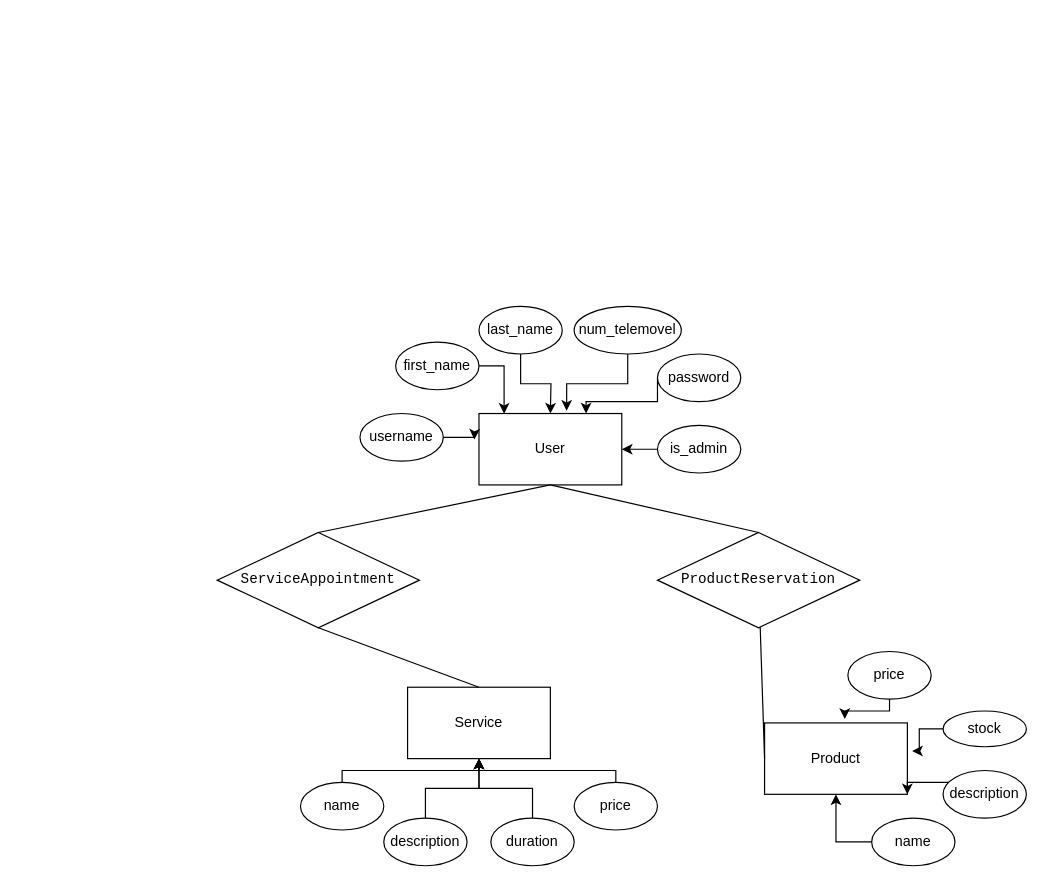
This is diagrama.drawio from sixpackacademy/plan, a draw.io file, before an edit. Source tidied: cells renumbered, new cells numbered last; positions are measured from the earlier drawing's top-left corner, leaving out a move shared by most shapes. Both pictures are drawn from the tidied source at 119%, with x=0, y=0 at pixel (217, 306).
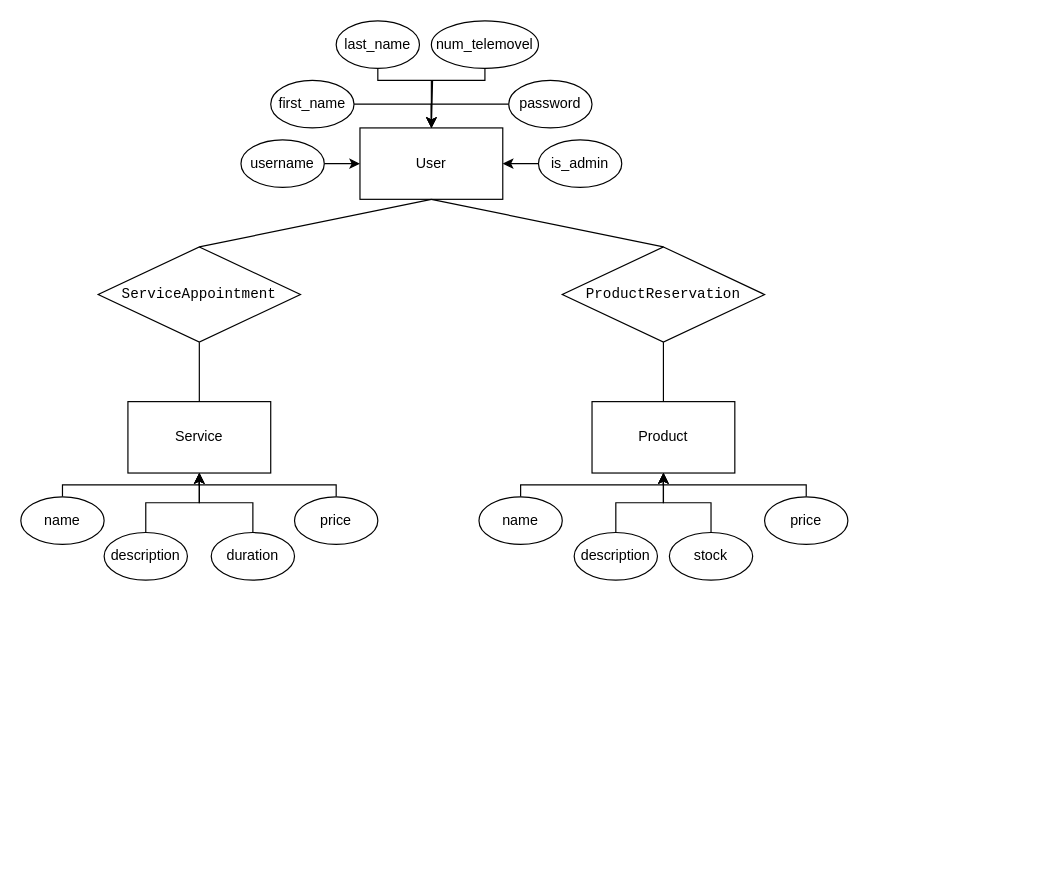
The same page after the edit.

Commit message:
Organizar Diagrama

Change to the diagram source:
```diff
@@
     <mxCell id="2" value="User" style="rounded=0;whiteSpace=wrap;html=1;" parent="1" vertex="1">
-      <mxGeometry x="220" y="90" width="120" height="60" as="geometry" />
+      <mxGeometry x="120" y="-150" width="120" height="60" as="geometry" />
     </mxCell>
     <mxCell id="3" value="Service" style="rounded=0;whiteSpace=wrap;html=1;" parent="1" vertex="1">
-      <mxGeometry x="160" y="320" width="120" height="60" as="geometry" />
+      <mxGeometry x="-75" y="80" width="120" height="60" as="geometry" />
     </mxCell>
     <mxCell id="4" value="Product" style="rounded=0;whiteSpace=wrap;html=1;" parent="1" vertex="1">
-      <mxGeometry x="460" y="350" width="120" height="60" as="geometry" />
+      <mxGeometry x="315" y="80" width="120" height="60" as="geometry" />
     </mxCell>
+    <mxCell id="15" style="edgeStyle=orthogonalEdgeStyle;rounded=0;jettySize=auto;html=1;entryX=0;entryY=0.5;entryDx=0;entryDy=0;" parent="1" edge="1" source="5" target="2">
+      <mxGeometry relative="1" as="geometry" />
+    </mxCell>
     <mxCell id="5" value="username" style="ellipse;whiteSpace=wrap;html=1;" parent="1" vertex="1">
-      <mxGeometry x="120" y="90" width="70" height="40" as="geometry" />
+      <mxGeometry x="20" y="-140" width="70" height="40" as="geometry" />
     </mxCell>
-    <mxCell id="6" style="edgeStyle=orthogonalEdgeStyle;rounded=0;jettySize=auto;html=1;entryX=0.176;entryY=0.003;entryDx=0;entryDy=0;entryPerimeter=0;" parent="1" edge="1" source="7" target="2">
-      <mxGeometry relative="1" as="geometry">
-        <Array as="points">
-          <mxPoint x="241" y="50" />
-        </Array>
-      </mxGeometry>
+    <mxCell id="6" style="edgeStyle=orthogonalEdgeStyle;rounded=0;jettySize=auto;html=1;entryX=0.5;entryY=0;entryDx=0;entryDy=0;" parent="1" edge="1" source="7" target="2">
+      <mxGeometry relative="1" as="geometry" />
     </mxCell>
     <mxCell id="7" value="first_name" style="ellipse;whiteSpace=wrap;html=1;" parent="1" vertex="1">
-      <mxGeometry x="150" y="30" width="70" height="40" as="geometry" />
+      <mxGeometry x="45" y="-190" width="70" height="40" as="geometry" />
     </mxCell>
-    <mxCell id="8" style="edgeStyle=orthogonalEdgeStyle;rounded=0;jettySize=auto;html=1;" parent="1" edge="1" source="9">
-      <mxGeometry relative="1" as="geometry">
-        <mxPoint x="280" y="90" as="targetPoint" />
-      </mxGeometry>
-    </mxCell>
+    <mxCell id="39" style="edgeStyle=orthogonalEdgeStyle;rounded=0;jettySize=auto;html=1;entryX=0.5;entryY=0;entryDx=0;entryDy=0;" parent="1" edge="1" source="9" target="2">
+      <mxGeometry relative="1" as="geometry">
+        <Array as="points">
+          <mxPoint x="135" y="-190" />
+          <mxPoint x="180" y="-190" />
+        </Array>
+      </mxGeometry>
+    </mxCell>
     <mxCell id="9" value="last_name" style="ellipse;whiteSpace=wrap;html=1;" parent="1" vertex="1">
-      <mxGeometry x="220" width="70" height="40" as="geometry" />
+      <mxGeometry x="100" y="-240" width="70" height="40" as="geometry" />
     </mxCell>
+    <mxCell id="40" style="edgeStyle=orthogonalEdgeStyle;rounded=0;jettySize=auto;html=1;" parent="1" edge="1" source="10">
+      <mxGeometry relative="1" as="geometry">
+        <mxPoint x="180" y="-150" as="targetPoint" />
+        <Array as="points">
+          <mxPoint x="225" y="-190" />
+          <mxPoint x="181" y="-190" />
+          <mxPoint x="181" y="-150" />
+        </Array>
+      </mxGeometry>
+    </mxCell>
     <mxCell id="10" value="num_telemovel" style="ellipse;whiteSpace=wrap;html=1;" parent="1" vertex="1">
-      <mxGeometry x="300" width="90" height="40" as="geometry" />
+      <mxGeometry x="180" y="-240" width="90" height="40" as="geometry" />
     </mxCell>
-    <mxCell id="11" style="edgeStyle=orthogonalEdgeStyle;rounded=0;jettySize=auto;html=1;entryX=0.75;entryY=0;entryDx=0;entryDy=0;exitX=0;exitY=0.5;exitDx=0;exitDy=0;" parent="1" edge="1" source="12" target="2">
-      <mxGeometry relative="1" as="geometry">
-        <Array as="points">
-          <mxPoint x="370" y="80" />
-          <mxPoint x="310" y="80" />
-        </Array>
-      </mxGeometry>
-    </mxCell>
+    <mxCell id="41" style="edgeStyle=orthogonalEdgeStyle;rounded=0;jettySize=auto;html=1;" parent="1" edge="1" source="12">
+      <mxGeometry relative="1" as="geometry">
+        <mxPoint x="180" y="-150" as="targetPoint" />
+        <Array as="points">
+          <mxPoint x="180" y="-170" />
+        </Array>
+      </mxGeometry>
+    </mxCell>
     <mxCell id="12" value="password" style="ellipse;whiteSpace=wrap;html=1;" parent="1" vertex="1">
-      <mxGeometry x="370" y="40" width="70" height="40" as="geometry" />
+      <mxGeometry x="245" y="-190" width="70" height="40" as="geometry" />
     </mxCell>
@@
     <mxCell id="14" value="is_admin" style="ellipse;whiteSpace=wrap;html=1;" parent="1" vertex="1">
-      <mxGeometry x="370" y="100" width="70" height="40" as="geometry" />
+      <mxGeometry x="270" y="-140" width="70" height="40" as="geometry" />
     </mxCell>
-    <mxCell id="15" style="edgeStyle=orthogonalEdgeStyle;rounded=0;jettySize=auto;html=1;exitX=1;exitY=0.5;exitDx=0;exitDy=0;entryX=-0.032;entryY=0.364;entryDx=0;entryDy=0;entryPerimeter=0;" parent="1" edge="1" source="5" target="2">
-      <mxGeometry relative="1" as="geometry" />
-    </mxCell>
-    <mxCell id="16" style="edgeStyle=orthogonalEdgeStyle;rounded=0;jettySize=auto;html=1;entryX=0.614;entryY=-0.039;entryDx=0;entryDy=0;entryPerimeter=0;" parent="1" edge="1" source="10" target="2">
-      <mxGeometry relative="1" as="geometry" />
-    </mxCell>
-    <mxCell id="17" style="edgeStyle=orthogonalEdgeStyle;rounded=0;jettySize=auto;html=1;entryX=0.5;entryY=1;entryDx=0;entryDy=0;" parent="1" edge="1" source="18" target="3">
-      <mxGeometry relative="1" as="geometry">
-        <Array as="points">
-          <mxPoint x="220" y="390" />
-        </Array>
-      </mxGeometry>
-    </mxCell>
-    <mxCell id="18" value="name" style="ellipse;whiteSpace=wrap;html=1;" parent="1" vertex="1">
-      <mxGeometry x="70" y="400" width="70" height="40" as="geometry" />
-    </mxCell>
-    <mxCell id="19" style="edgeStyle=orthogonalEdgeStyle;rounded=0;jettySize=auto;html=1;entryX=0.5;entryY=1;entryDx=0;entryDy=0;" parent="1" edge="1" source="20" target="3">
-      <mxGeometry relative="1" as="geometry" />
-    </mxCell>
-    <mxCell id="20" value="description" style="ellipse;whiteSpace=wrap;html=1;" parent="1" vertex="1">
-      <mxGeometry x="140" y="430" width="70" height="40" as="geometry" />
-    </mxCell>
+    <mxCell id="42" style="edgeStyle=orthogonalEdgeStyle;rounded=0;jettySize=auto;html=1;entryX=0.5;entryY=1;entryDx=0;entryDy=0;" parent="1" edge="1" source="43" target="3">
+      <mxGeometry relative="1" as="geometry">
+        <Array as="points">
+          <mxPoint x="-15" y="150" />
+        </Array>
+      </mxGeometry>
+    </mxCell>
+    <mxCell id="43" value="name" style="ellipse;whiteSpace=wrap;html=1;" parent="1" vertex="1">
+      <mxGeometry x="-165" y="160" width="70" height="40" as="geometry" />
+    </mxCell>
+    <mxCell id="44" style="edgeStyle=orthogonalEdgeStyle;rounded=0;jettySize=auto;html=1;entryX=0.5;entryY=1;entryDx=0;entryDy=0;" parent="1" edge="1" source="45" target="3">
+      <mxGeometry relative="1" as="geometry" />
+    </mxCell>
+    <mxCell id="45" value="description" style="ellipse;whiteSpace=wrap;html=1;" parent="1" vertex="1">
+      <mxGeometry x="-95" y="190" width="70" height="40" as="geometry" />
+    </mxCell>
@@
     <mxCell id="22" value="duration" style="ellipse;whiteSpace=wrap;html=1;" parent="1" vertex="1">
-      <mxGeometry x="230" y="430" width="70" height="40" as="geometry" />
+      <mxGeometry x="-5" y="190" width="70" height="40" as="geometry" />
     </mxCell>
-    <mxCell id="23" value="price&lt;br&gt;" style="ellipse;whiteSpace=wrap;html=1;" parent="1" vertex="1">
-      <mxGeometry x="530" y="290" width="70" height="40" as="geometry" />
-    </mxCell>
-    <mxCell id="24" style="edgeStyle=orthogonalEdgeStyle;rounded=0;jettySize=auto;html=1;exitX=0;exitY=0.5;exitDx=0;exitDy=0;entryX=0.5;entryY=1;entryDx=0;entryDy=0;" parent="1" edge="1" source="25" target="4">
-      <mxGeometry relative="1" as="geometry" />
-    </mxCell>
-    <mxCell id="25" value="name" style="ellipse;whiteSpace=wrap;html=1;" parent="1" vertex="1">
-      <mxGeometry x="550" y="430" width="70" height="40" as="geometry" />
-    </mxCell>
-    <mxCell id="26" style="edgeStyle=orthogonalEdgeStyle;rounded=0;jettySize=auto;html=1;entryX=1;entryY=1;entryDx=0;entryDy=0;" parent="1" edge="1" source="27" target="4">
-      <mxGeometry relative="1" as="geometry">
-        <Array as="points">
-          <mxPoint x="600" y="400" />
-          <mxPoint x="600" y="400" />
-        </Array>
-      </mxGeometry>
-    </mxCell>
-    <mxCell id="27" value="description" style="ellipse;whiteSpace=wrap;html=1;" parent="1" vertex="1">
-      <mxGeometry x="610" y="390" width="70" height="40" as="geometry" />
-    </mxCell>
+    <mxCell id="46" style="edgeStyle=orthogonalEdgeStyle;rounded=0;jettySize=auto;html=1;entryX=0.5;entryY=1;entryDx=0;entryDy=0;" parent="1" edge="1" source="47" target="4">
+      <mxGeometry relative="1" as="geometry">
+        <Array as="points">
+          <mxPoint x="495" y="150" />
+          <mxPoint x="375" y="150" />
+        </Array>
+      </mxGeometry>
+    </mxCell>
+    <mxCell id="47" value="price&lt;br&gt;" style="ellipse;whiteSpace=wrap;html=1;" parent="1" vertex="1">
+      <mxGeometry x="460" y="160" width="70" height="40" as="geometry" />
+    </mxCell>
+    <mxCell id="48" style="edgeStyle=orthogonalEdgeStyle;rounded=0;jettySize=auto;html=1;entryX=0.5;entryY=1;entryDx=0;entryDy=0;" parent="1" edge="1" source="49" target="4">
+      <mxGeometry relative="1" as="geometry">
+        <Array as="points">
+          <mxPoint x="255" y="150" />
+          <mxPoint x="375" y="150" />
+        </Array>
+      </mxGeometry>
+    </mxCell>
+    <mxCell id="49" value="name" style="ellipse;whiteSpace=wrap;html=1;" parent="1" vertex="1">
+      <mxGeometry x="220" y="160" width="70" height="40" as="geometry" />
+    </mxCell>
+    <mxCell id="50" style="edgeStyle=orthogonalEdgeStyle;rounded=0;jettySize=auto;html=1;entryX=0.5;entryY=1;entryDx=0;entryDy=0;" parent="1" edge="1" source="51" target="4">
+      <mxGeometry relative="1" as="geometry" />
+    </mxCell>
+    <mxCell id="51" value="description" style="ellipse;whiteSpace=wrap;html=1;" parent="1" vertex="1">
+      <mxGeometry x="300" y="190" width="70" height="40" as="geometry" />
+    </mxCell>
+    <mxCell id="29" style="edgeStyle=orthogonalEdgeStyle;rounded=0;jettySize=auto;html=1;entryX=0.5;entryY=1;entryDx=0;entryDy=0;" parent="1" edge="1" source="28" target="4">
+      <mxGeometry relative="1" as="geometry" />
+    </mxCell>
     <mxCell id="28" value="stock" style="ellipse;whiteSpace=wrap;html=1;" parent="1" vertex="1">
-      <mxGeometry x="610" y="340" width="70" height="30" as="geometry" />
+      <mxGeometry x="380" y="190" width="70" height="40" as="geometry" />
     </mxCell>
-    <mxCell id="29" style="edgeStyle=orthogonalEdgeStyle;rounded=0;jettySize=auto;html=1;entryX=1.033;entryY=0.393;entryDx=0;entryDy=0;entryPerimeter=0;" parent="1" edge="1" source="28" target="4">
-      <mxGeometry relative="1" as="geometry" />
-    </mxCell>
-    <mxCell id="30" style="edgeStyle=orthogonalEdgeStyle;rounded=0;jettySize=auto;html=1;entryX=0.562;entryY=-0.055;entryDx=0;entryDy=0;entryPerimeter=0;" parent="1" edge="1" source="23" target="4">
-      <mxGeometry relative="1" as="geometry">
-        <Array as="points">
-          <mxPoint x="565" y="340" />
-          <mxPoint x="527" y="340" />
-        </Array>
-      </mxGeometry>
-    </mxCell>
-    <mxCell id="31" style="edgeStyle=orthogonalEdgeStyle;rounded=0;jettySize=auto;html=1;entryX=0.5;entryY=1;entryDx=0;entryDy=0;" parent="1" edge="1" source="32" target="3">
-      <mxGeometry relative="1" as="geometry">
-        <Array as="points">
-          <mxPoint x="220" y="390" />
-        </Array>
-      </mxGeometry>
-    </mxCell>
-    <mxCell id="32" value="price&lt;br&gt;" style="ellipse;whiteSpace=wrap;html=1;" parent="1" vertex="1">
-      <mxGeometry x="300" y="400" width="70" height="40" as="geometry" />
-    </mxCell>
+    <mxCell id="52" style="edgeStyle=orthogonalEdgeStyle;rounded=0;jettySize=auto;html=1;entryX=0.5;entryY=1;entryDx=0;entryDy=0;" parent="1" edge="1" source="53" target="3">
+      <mxGeometry relative="1" as="geometry">
+        <Array as="points">
+          <mxPoint x="-15" y="150" />
+        </Array>
+      </mxGeometry>
+    </mxCell>
+    <mxCell id="53" value="price&lt;br&gt;" style="ellipse;whiteSpace=wrap;html=1;" parent="1" vertex="1">
+      <mxGeometry x="65" y="160" width="70" height="40" as="geometry" />
+    </mxCell>
     <mxCell id="33" value="&lt;pre class=&quot;notranslate&quot;&gt;&lt;code&gt;ServiceAppointment&lt;/code&gt;&lt;/pre&gt;" style="rhombus;whiteSpace=wrap;html=1;" parent="1" vertex="1">
-      <mxGeometry y="190" width="170" height="80" as="geometry" />
+      <mxGeometry x="-100" y="-50" width="170" height="80" as="geometry" />
     </mxCell>
@@
     <mxCell id="36" value="&lt;pre class=&quot;notranslate&quot;&gt;&lt;code&gt;ProductReservation&lt;/code&gt;&lt;/pre&gt;" style="rhombus;whiteSpace=wrap;html=1;" parent="1" vertex="1">
-      <mxGeometry x="370" y="190" width="170" height="80" as="geometry" />
+      <mxGeometry x="290" y="-50" width="170" height="80" as="geometry" />
     </mxCell>
+    <mxCell id="38" style="endArrow=none;html=1;rounded=0;entryX=0.5;entryY=1;entryDx=0;entryDy=0;exitX=0.5;exitY=0;exitDx=0;exitDy=0;" parent="1" edge="1" source="36" target="2">
+      <mxGeometry relative="1" as="geometry" />
+    </mxCell>
-    <mxCell id="37" style="endArrow=none;html=1;rounded=0;entryX=0;entryY=0.5;entryDx=0;entryDy=0;" parent="1" edge="1" source="36" target="4">
+    <mxCell id="37" style="endArrow=none;html=1;rounded=0;exitX=0.5;exitY=1;exitDx=0;exitDy=0;entryX=0.5;entryY=0;entryDx=0;entryDy=0;" parent="1" edge="1" source="36" target="4">
       <mxGeometry relative="1" as="geometry" />
     </mxCell>
-    <mxCell id="38" style="endArrow=none;html=1;rounded=0;entryX=0.5;entryY=1;entryDx=0;entryDy=0;exitX=0.5;exitY=0;exitDx=0;exitDy=0;" parent="1" edge="1" source="36" target="2">
-      <mxGeometry relative="1" as="geometry" />
-    </mxCell>
```
